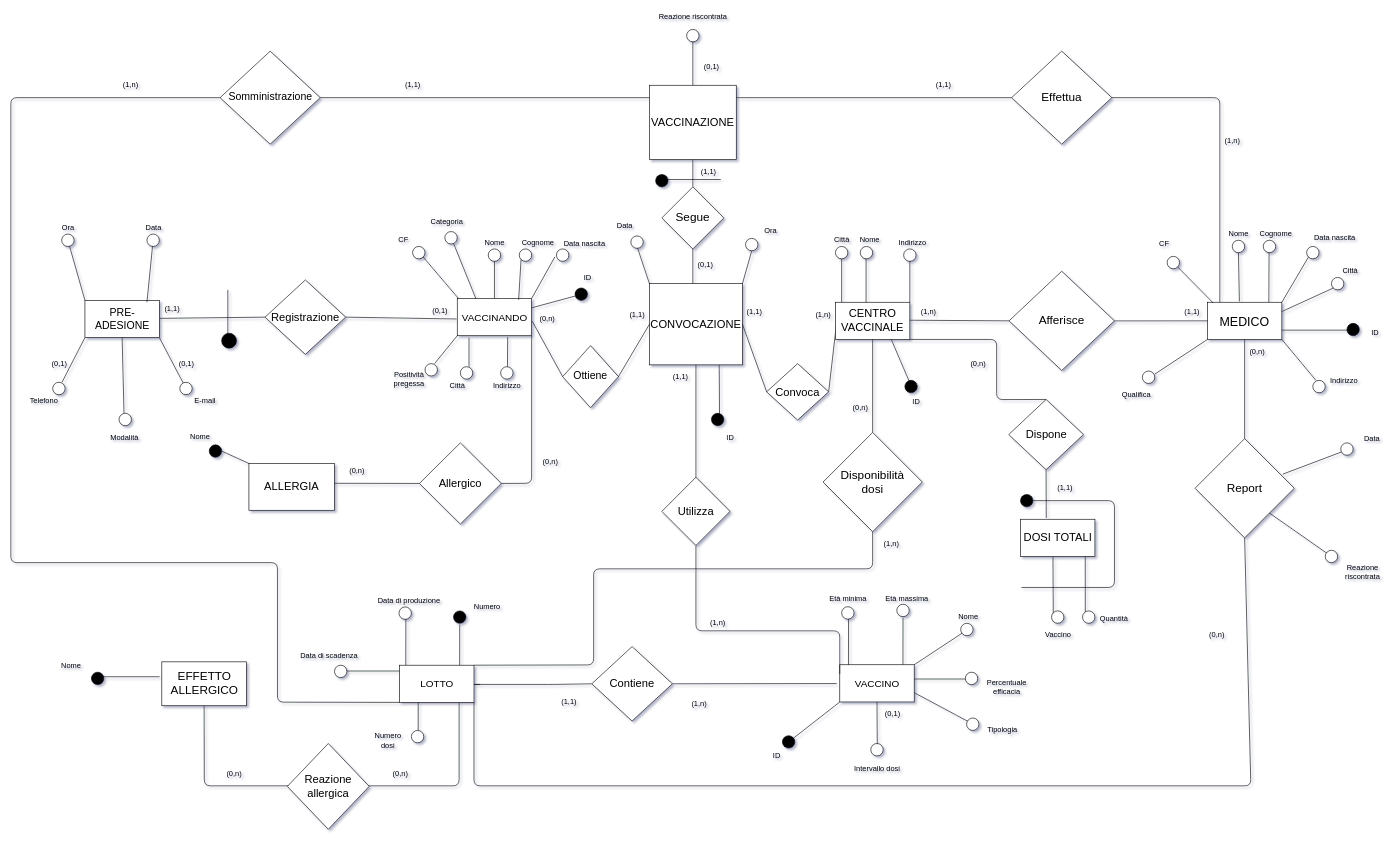
Earlier version of the draw.io diagram page "ERristr" (1 of 2) of bd/Schema E/ERristrutturato.drawio (shaggyishere/VaccineDatabase). Source tidied: cells renumbered, new cells numbered last; positions are measured from the earlier drawing's top-left corner, leaving out a move shared by most shapes. Both pictures are drawn from the tidied source at 62%, with x=0, y=0 at pixel (11, 11).
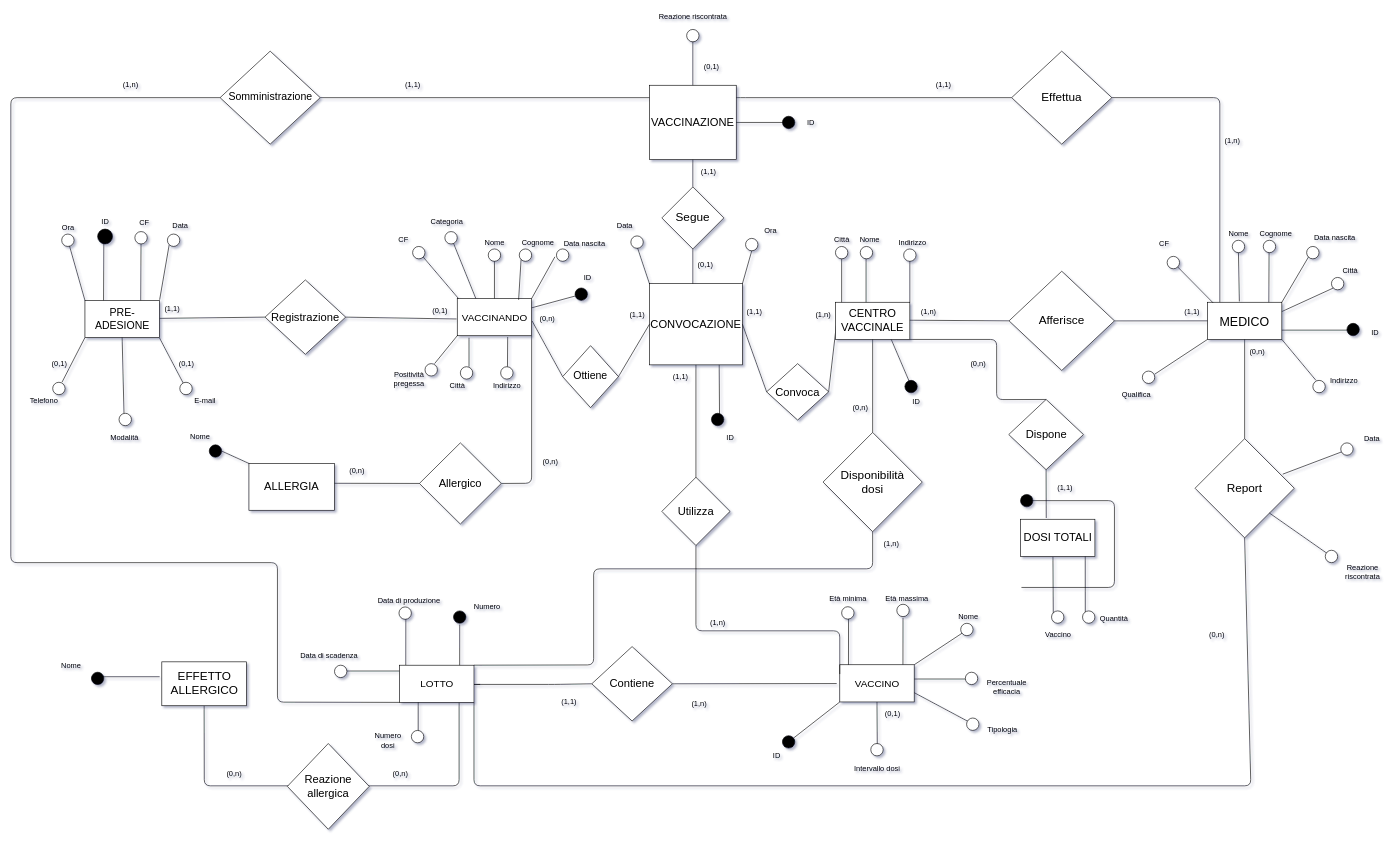
Above is the later version.

Commit message:
aggiunti ID a VACCINAZIONE e PRE-ADESIONE

Unchanged cells that the change refers to:
```xml
<mxCell id="15" value="&lt;font style=&quot;font-size: 18px&quot;&gt;VACCINAZIONE&lt;/font&gt;" style="rectangle;whiteSpace=wrap;html=1;strokeWidth=1;fillColor=#FFFFFF;" parent="1" vertex="1">
  <mxGeometry x="1030" y="120" width="140" height="120" as="geometry" />
</mxCell>
<mxCell id="45" value="&lt;font style=&quot;font-size: 17px&quot;&gt;PRE-ADESIONE&lt;/font&gt;" style="rounded=0;whiteSpace=wrap;html=1;" parent="1" vertex="1">
  <mxGeometry x="119.5" y="467" width="120" height="60" as="geometry" />
</mxCell>
```

The edit, as a diff of the source:
```diff
@@
-    <mxCell id="46" style="endArrow=none;html=1;exitX=0.669;exitY=0.192;exitDx=0;exitDy=0;exitPerimeter=0;" parent="1" edge="1">
+    <mxCell id="46" style="endArrow=none;html=1;entryX=0;entryY=1;entryDx=0;entryDy=0;" parent="1" edge="1" target="47">
       <mxGeometry relative="1" as="geometry">
-        <mxPoint x="219.5" y="470" as="sourcePoint" />
-        <mxPoint x="229.5" y="370" as="targetPoint" />
+        <mxPoint x="240" y="466" as="sourcePoint" />
       </mxGeometry>
     </mxCell>
     <mxCell id="47" style="ellipse;whiteSpace=wrap;html=1;strokeWidth=1;" parent="1" vertex="1">
-      <mxGeometry x="219.5" y="360" width="20" height="20" as="geometry" />
+      <mxGeometry x="252.5" y="360" width="20" height="20" as="geometry" />
     </mxCell>
     <mxCell id="48" value="Data " style="text;html=1;align=center;verticalAlign=middle;strokeColor=none;" parent="1" vertex="1">
-      <mxGeometry x="209.5" y="340" width="40" height="20" as="geometry" />
+      <mxGeometry x="252.5" y="336" width="40" height="20" as="geometry" />
     </mxCell>
@@
-    <mxCell id="140" style="endArrow=none;html=1;" parent="1" edge="1">
+    <mxCell id="140" style="endArrow=none;html=1;exitX=0.25;exitY=0;exitDx=0;exitDy=0;" parent="1" edge="1" source="45">
       <mxGeometry relative="1" as="geometry">
-        <mxPoint x="350" y="450" as="sourcePoint" />
-        <mxPoint x="350" y="530" as="targetPoint" />
+        <mxPoint x="150" y="370" as="targetPoint" />
       </mxGeometry>
     </mxCell>
     <mxCell id="141" style="ellipse;whiteSpace=wrap;html=1;strokeWidth=1;fillColor=#000000;" parent="1" vertex="1">
-      <mxGeometry x="340" y="520" width="24" height="24" as="geometry" />
+      <mxGeometry x="140" y="352" width="24" height="24" as="geometry" />
     </mxCell>
@@
-    <mxCell id="213" style="endArrow=none;html=1;" parent="1" edge="1">
-      <mxGeometry relative="1" as="geometry">
-        <mxPoint x="1145" y="272" as="sourcePoint" />
-        <mxPoint x="1055" y="272" as="targetPoint" />
-      </mxGeometry>
-    </mxCell>
-    <mxCell id="214" style="ellipse;whiteSpace=wrap;html=1;strokeWidth=1;fillColor=#000000;" parent="1" vertex="1">
-      <mxGeometry x="1040" y="264" width="20" height="20" as="geometry" />
-    </mxCell>
@@
+    <mxCell id="236" value="ID" style="text;html=1;align=center;verticalAlign=middle;strokeColor=none;" parent="1" vertex="1">
+      <mxGeometry x="137" y="330" width="30" height="20" as="geometry" />
+    </mxCell>
+    <mxCell id="237" style="endArrow=none;html=1;exitX=0.75;exitY=0;exitDx=0;exitDy=0;" parent="1" edge="1" source="45">
+      <mxGeometry relative="1" as="geometry">
+        <mxPoint x="210" y="370" as="targetPoint" />
+      </mxGeometry>
+    </mxCell>
+    <mxCell id="238" style="ellipse;whiteSpace=wrap;html=1;strokeWidth=1;" parent="1" vertex="1">
+      <mxGeometry x="200" y="356" width="20" height="20" as="geometry" />
+    </mxCell>
+    <mxCell id="239" value="CF" style="text;html=1;align=center;verticalAlign=middle;strokeColor=none;" parent="1" vertex="1">
+      <mxGeometry x="200" y="332" width="30" height="20" as="geometry" />
+    </mxCell>
+    <mxCell id="240" style="endArrow=none;html=1;entryX=1;entryY=0.5;entryDx=0;entryDy=0;" parent="1" edge="1" target="15">
+      <mxGeometry relative="1" as="geometry">
+        <mxPoint x="1250" y="180" as="sourcePoint" />
+      </mxGeometry>
+    </mxCell>
+    <mxCell id="241" style="ellipse;whiteSpace=wrap;html=1;strokeWidth=1;fillColor=#000000;" parent="1" vertex="1">
+      <mxGeometry x="1244.5" y="170" width="20" height="20" as="geometry" />
+    </mxCell>
+    <mxCell id="242" value="ID" style="text;html=1;align=center;verticalAlign=middle;strokeColor=none;" parent="1" vertex="1">
+      <mxGeometry x="1275" y="170" width="30" height="20" as="geometry" />
+    </mxCell>
```
